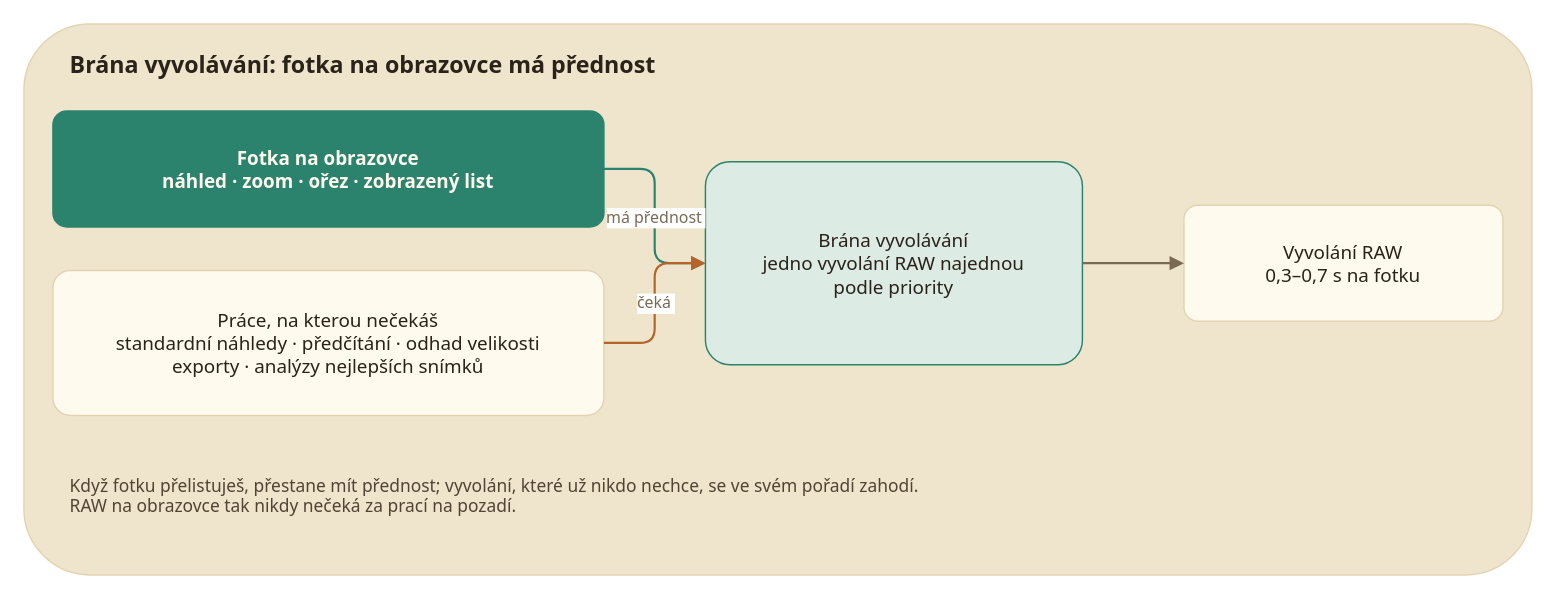
This is page "CS" (3 of 9) of docs/diagrams/develop-gate.drawio from hoangphi01/fotollection, a draw.io file, before an edit. Source tidied: cells renumbered, new cells numbered last; positions are measured from the earlier drawing's top-left corner, leaving out a move shared by most shapes. Both pictures are drawn from the tidied source at 145%, with x=0, y=0 at pixel (23, 23).
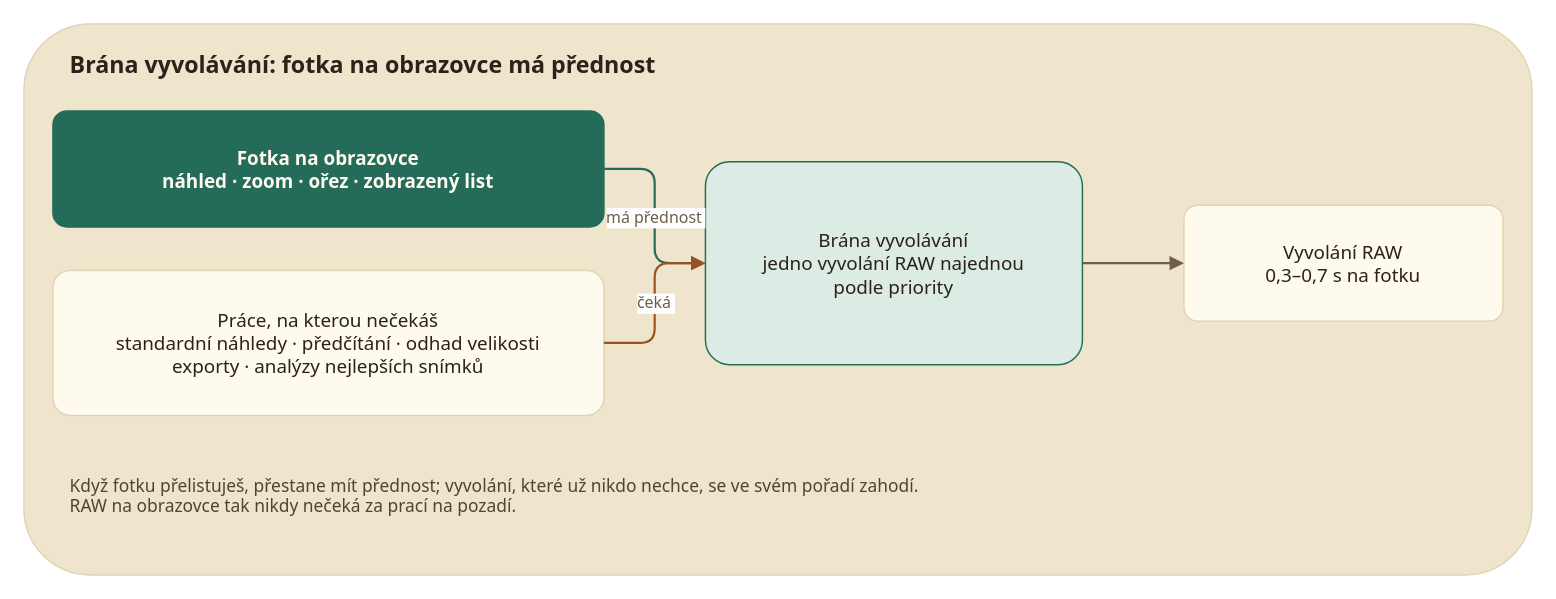
The same diagram, later.

The edit, as a diff of the source:
```diff
@@
 <mxGraphModel>
   <root>
     <mxCell id="0" />
     <mxCell id="1" parent="0" />
     <mxCell id="2" style="rounded=1;arcSize=12;whiteSpace=nowrap;html=0;fillColor=#efe5cc;strokeColor=#e2d4b3;fontColor=#2b2219;fontSize=13;fontFamily=system-ui,-apple-system,Segoe UI,sans-serif;align=center;verticalAlign=middle;spacingLeft=10;spacingRight=10;" parent="1" vertex="1">
       <mxGeometry width="1040" height="380" as="geometry" />
     </mxCell>
     <mxCell id="3" value="Brána vyvolávání: fotka na obrazovce má přednost" style="rounded=1;arcSize=12;whiteSpace=nowrap;html=0;fillColor=none;strokeColor=none;fontColor=#2b2219;fontSize=16;fontFamily=system-ui,-apple-system,Segoe UI,sans-serif;align=left;verticalAlign=middle;spacingLeft=10;spacingRight=10;fontStyle=1;" parent="1" vertex="1">
       <mxGeometry x="20" y="12" width="1000" height="30" as="geometry" />
     </mxCell>
-    <mxCell id="4" value="Fotka na obrazovce&#10;náhled · zoom · ořez · zobrazený list" style="rounded=1;arcSize=12;whiteSpace=nowrap;html=0;fillColor=#2c836d;strokeColor=#2c836d;fontColor=#fffaee;fontSize=13;fontFamily=system-ui,-apple-system,Segoe UI,sans-serif;align=center;verticalAlign=middle;spacingLeft=10;spacingRight=10;fontStyle=1;" parent="1" vertex="1">
+    <mxCell id="4" value="Fotka na obrazovce&#10;náhled · zoom · ořez · zobrazený list" style="rounded=1;arcSize=12;whiteSpace=nowrap;html=0;fillColor=#246b59;strokeColor=#246b59;fontColor=#fffaee;fontSize=13;fontFamily=system-ui,-apple-system,Segoe UI,sans-serif;align=center;verticalAlign=middle;spacingLeft=10;spacingRight=10;fontStyle=1;" parent="1" vertex="1">
       <mxGeometry x="20" y="60" width="380" height="80" as="geometry" />
     </mxCell>
     <mxCell id="5" value="Práce, na kterou nečekáš&#10;standardní náhledy · předčítání · odhad velikosti&#10;exporty · analýzy nejlepších snímků" style="rounded=1;arcSize=12;whiteSpace=nowrap;html=0;fillColor=#fffaee;strokeColor=#e2d4b3;fontColor=#2b2219;fontSize=13;fontFamily=system-ui,-apple-system,Segoe UI,sans-serif;align=center;verticalAlign=middle;spacingLeft=10;spacingRight=10;" parent="1" vertex="1">
       <mxGeometry x="20" y="170" width="380" height="100" as="geometry" />
     </mxCell>
-    <mxCell id="6" value="Brána vyvolávání&#10;jedno vyvolání RAW najednou&#10;podle priority" style="rounded=1;arcSize=12;whiteSpace=nowrap;html=0;fillColor=#dcebe3;strokeColor=#2c836d;fontColor=#2b2219;fontSize=13;fontFamily=system-ui,-apple-system,Segoe UI,sans-serif;align=center;verticalAlign=middle;spacingLeft=10;spacingRight=10;" parent="1" vertex="1">
+    <mxCell id="6" value="Brána vyvolávání&#10;jedno vyvolání RAW najednou&#10;podle priority" style="rounded=1;arcSize=12;whiteSpace=nowrap;html=0;fillColor=#dcebe3;strokeColor=#246b59;fontColor=#2b2219;fontSize=13;fontFamily=system-ui,-apple-system,Segoe UI,sans-serif;align=center;verticalAlign=middle;spacingLeft=10;spacingRight=10;" parent="1" vertex="1">
       <mxGeometry x="470" y="95" width="260" height="140" as="geometry" />
     </mxCell>
     <mxCell id="7" value="Vyvolání RAW&#10;0,3–0,7 s na fotku" style="rounded=1;arcSize=12;whiteSpace=nowrap;html=0;fillColor=#fffaee;strokeColor=#e2d4b3;fontColor=#2b2219;fontSize=13;fontFamily=system-ui,-apple-system,Segoe UI,sans-serif;align=center;verticalAlign=middle;spacingLeft=10;spacingRight=10;" parent="1" vertex="1">
       <mxGeometry x="800" y="125" width="220" height="80" as="geometry" />
     </mxCell>
-    <mxCell id="8" value="má přednost" style="edgeStyle=orthogonalEdgeStyle;rounded=1;html=0;endArrow=block;endFill=1;strokeColor=#2c836d;strokeWidth=1.5;fontColor=#7a6a55;fontSize=11;fontFamily=system-ui,-apple-system,Segoe UI,sans-serif;" parent="1" edge="1" source="4" target="6">
+    <mxCell id="8" value="má přednost" style="edgeStyle=orthogonalEdgeStyle;rounded=1;html=0;endArrow=block;endFill=1;strokeColor=#246b59;strokeWidth=1.5;fontColor=#6e5e4a;fontSize=11;fontFamily=system-ui,-apple-system,Segoe UI,sans-serif;" parent="1" edge="1" source="4" target="6">
       <mxGeometry relative="1" as="geometry" />
     </mxCell>
-    <mxCell id="9" value="čeká" style="edgeStyle=orthogonalEdgeStyle;rounded=1;html=0;endArrow=block;endFill=1;strokeColor=#b5652a;strokeWidth=1.5;fontColor=#7a6a55;fontSize=11;fontFamily=system-ui,-apple-system,Segoe UI,sans-serif;" parent="1" edge="1" source="5" target="6">
+    <mxCell id="9" value="čeká" style="edgeStyle=orthogonalEdgeStyle;rounded=1;html=0;endArrow=block;endFill=1;strokeColor=#9a5220;strokeWidth=1.5;fontColor=#6e5e4a;fontSize=11;fontFamily=system-ui,-apple-system,Segoe UI,sans-serif;" parent="1" edge="1" source="5" target="6">
       <mxGeometry relative="1" as="geometry" />
     </mxCell>
-    <mxCell id="10" style="edgeStyle=orthogonalEdgeStyle;rounded=1;html=0;endArrow=block;endFill=1;strokeColor=#7a6a55;strokeWidth=1.5;fontColor=#7a6a55;fontSize=11;fontFamily=system-ui,-apple-system,Segoe UI,sans-serif;" parent="1" edge="1" source="6" target="7">
+    <mxCell id="10" style="edgeStyle=orthogonalEdgeStyle;rounded=1;html=0;endArrow=block;endFill=1;strokeColor=#6e5e4a;strokeWidth=1.5;fontColor=#6e5e4a;fontSize=11;fontFamily=system-ui,-apple-system,Segoe UI,sans-serif;" parent="1" edge="1" source="6" target="7">
       <mxGeometry relative="1" as="geometry" />
     </mxCell>
     <mxCell id="11" value="Když fotku přelistuješ, přestane mít přednost; vyvolání, které už nikdo nechce, se ve svém pořadí zahodí.&#10;RAW na obrazovce tak nikdy nečeká za prací na pozadí." style="rounded=1;arcSize=12;whiteSpace=nowrap;html=0;fillColor=none;strokeColor=none;fontColor=#514435;fontSize=12;fontFamily=system-ui,-apple-system,Segoe UI,sans-serif;align=left;verticalAlign=middle;spacingLeft=10;spacingRight=10;" parent="1" vertex="1">
       <mxGeometry x="20" y="290" width="1000" height="70" as="geometry" />
     </mxCell>
   </root>
 </mxGraphModel>
```
